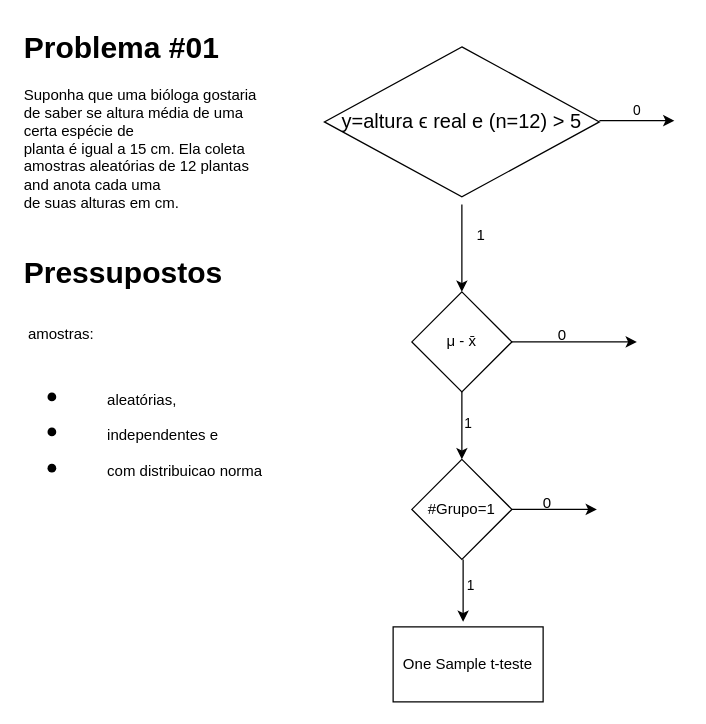
Earlier version of the draw.io diagram diagrams/Untitled Diagram.drawio (stick35em10/Exemplos_para_os_Testes_de_Hip-teses). Source tidied: cells renumbered, new cells numbered last; positions are measured from the earlier drawing's top-left corner, leaving out a move shared by most shapes. Both pictures are drawn from the tidied source at 125%, with x=0, y=0 at pixel (21, 21).
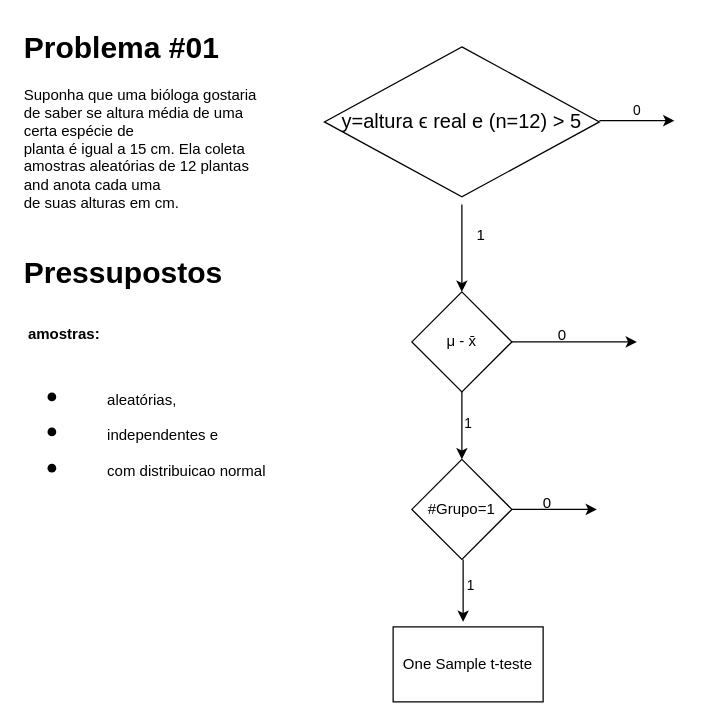
The same page after the edit.

The edit, as a diff of the source:
```diff
@@
-    <mxCell id="13" value="&lt;h1 style=&quot;margin-top: 0px;&quot;&gt;Pressupostos&lt;/h1&gt;&lt;h1 style=&quot;margin-top: 0px;&quot;&gt;&lt;span style=&quot;background-color: transparent; color: light-dark(rgb(0, 0, 0), rgb(255, 255, 255)); font-size: 12px; font-weight: normal;&quot;&gt;&amp;nbsp;amostras:&amp;nbsp;&lt;/span&gt;&lt;/h1&gt;&lt;h1 style=&quot;margin-top: 0px;&quot;&gt;&lt;ul&gt;&lt;li&gt;&lt;span style=&quot;background-color: transparent; color: light-dark(rgb(0, 0, 0), rgb(255, 255, 255)); font-size: 12px; font-weight: normal;&quot;&gt;&lt;span style=&quot;white-space: pre;&quot;&gt;&#9;&lt;/span&gt;aleatórias,&amp;nbsp;&lt;/span&gt;&lt;/li&gt;&lt;li&gt;&lt;span style=&quot;background-color: transparent; color: light-dark(rgb(0, 0, 0), rgb(255, 255, 255)); font-size: 12px; font-weight: normal;&quot;&gt;&lt;span style=&quot;white-space: pre;&quot;&gt;&#9;&lt;/span&gt;independentes e&amp;nbsp;&lt;/span&gt;&lt;/li&gt;&lt;li&gt;&lt;span style=&quot;background-color: transparent; color: light-dark(rgb(0, 0, 0), rgb(255, 255, 255)); font-size: 12px; font-weight: normal;&quot;&gt;&lt;span style=&quot;white-space: pre;&quot;&gt;&#9;&lt;/span&gt;com distribuicao norma&lt;/span&gt;&lt;/li&gt;&lt;/ul&gt;&lt;/h1&gt;" style="text;html=1;whiteSpace=wrap;overflow=hidden;rounded=0;" parent="1" vertex="1">
-      <mxGeometry y="180" width="200" height="190" as="geometry" />
+    <mxCell id="13" value="&lt;h1 style=&quot;margin-top: 0px;&quot;&gt;Pressupostos&lt;/h1&gt;&lt;h1 style=&quot;margin-top: 0px;&quot;&gt;&lt;span style=&quot;background-color: transparent; color: light-dark(rgb(0, 0, 0), rgb(255, 255, 255)); font-size: 12px; font-weight: normal;&quot;&gt;&amp;nbsp;&lt;/span&gt;&lt;span style=&quot;background-color: transparent; color: light-dark(rgb(0, 0, 0), rgb(255, 255, 255)); font-size: 12px;&quot;&gt;amostras:&lt;/span&gt;&lt;span style=&quot;background-color: transparent; color: light-dark(rgb(0, 0, 0), rgb(255, 255, 255)); font-size: 12px; font-weight: normal;&quot;&gt;&amp;nbsp;&lt;/span&gt;&lt;/h1&gt;&lt;h1 style=&quot;margin-top: 0px;&quot;&gt;&lt;ul&gt;&lt;li&gt;&lt;span style=&quot;background-color: transparent; color: light-dark(rgb(0, 0, 0), rgb(255, 255, 255)); font-size: 12px; font-weight: normal;&quot;&gt;&lt;span style=&quot;white-space: pre;&quot;&gt;&#9;&lt;/span&gt;aleatórias,&amp;nbsp;&lt;/span&gt;&lt;/li&gt;&lt;li&gt;&lt;span style=&quot;background-color: transparent; color: light-dark(rgb(0, 0, 0), rgb(255, 255, 255)); font-size: 12px; font-weight: normal;&quot;&gt;&lt;span style=&quot;white-space: pre;&quot;&gt;&#9;&lt;/span&gt;independentes e&amp;nbsp;&lt;/span&gt;&lt;/li&gt;&lt;li&gt;&lt;span style=&quot;background-color: transparent; color: light-dark(rgb(0, 0, 0), rgb(255, 255, 255)); font-size: 12px; font-weight: normal;&quot;&gt;&lt;span style=&quot;white-space: pre;&quot;&gt;&#9;&lt;/span&gt;com distribuicao normal&lt;/span&gt;&lt;/li&gt;&lt;/ul&gt;&lt;/h1&gt;" style="text;html=1;whiteSpace=wrap;overflow=hidden;rounded=0;" parent="1" vertex="1">
+      <mxGeometry y="180" width="210" height="190" as="geometry" />
     </mxCell>
```
